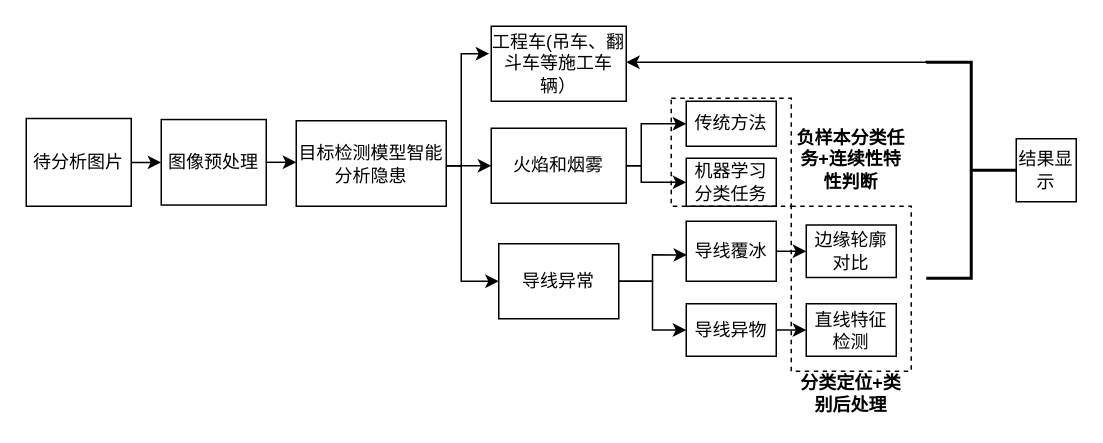
Before: transmission.drawio in paleblackless/diagrams, a draw.io diagram. Source tidied: cells renumbered, new cells numbered last; positions are measured from the earlier drawing's top-left corner, leaving out a move shared by most shapes. Both pictures are drawn from the tidied source at 150%, with x=0, y=0 at pixel (26, 26).
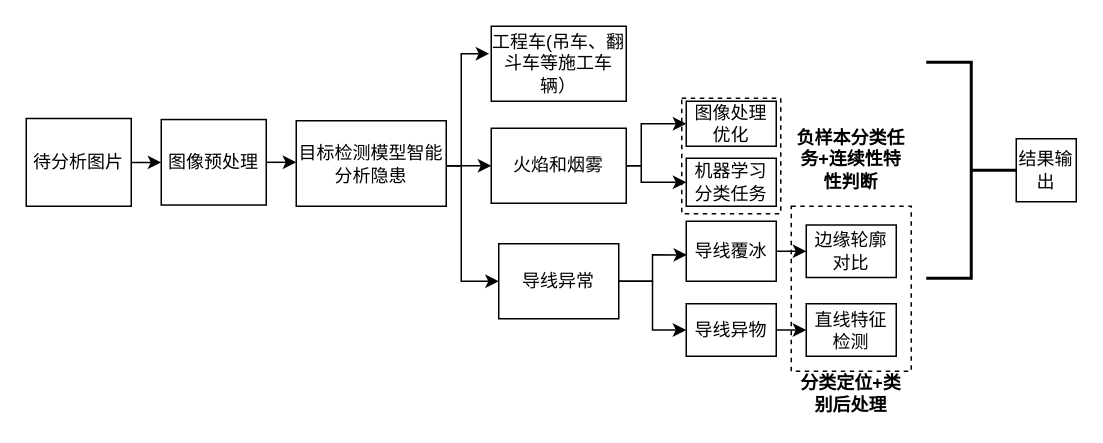
After the change.

Change to the diagram source:
```diff
@@
-    <mxCell id="21" value="传统方法" style="rounded=0;whiteSpace=wrap;html=1;" parent="1" vertex="1">
+    <mxCell id="21" value="图像处理优化" style="rounded=0;whiteSpace=wrap;html=1;" parent="1" vertex="1">
       <mxGeometry x="440" y="50" width="60" height="30" as="geometry" />
     </mxCell>
@@
     <mxCell id="27" style="rounded=0;whiteSpace=wrap;html=1;dashed=1;fillColor=none;" parent="1" vertex="1">
-      <mxGeometry x="430" y="48" width="80" height="72" as="geometry" />
+      <mxGeometry x="437" y="48" width="66" height="77" as="geometry" />
     </mxCell>
@@
-    <mxCell id="29" value="结果显示" style="rounded=0;whiteSpace=wrap;html=1;fillColor=none;" parent="1" vertex="1">
+    <mxCell id="29" value="结果输出" style="rounded=0;whiteSpace=wrap;html=1;fillColor=none;" parent="1" vertex="1">
       <mxGeometry x="660" y="75" width="40" height="42" as="geometry" />
     </mxCell>
-    <mxCell id="30" style="edgeStyle=orthogonalEdgeStyle;rounded=0;orthogonalLoop=1;jettySize=auto;html=1;exitX=1;exitY=1;exitDx=0;exitDy=0;exitPerimeter=0;entryX=1;entryY=0.5;entryDx=0;entryDy=0;" parent="1" edge="1">
-      <mxGeometry relative="1" as="geometry">
-        <mxPoint x="600" y="23" as="sourcePoint" />
-        <mxPoint x="400" y="24" as="targetPoint" />
-        <Array as="points">
-          <mxPoint x="600" y="24" />
-        </Array>
-      </mxGeometry>
-    </mxCell>
```
